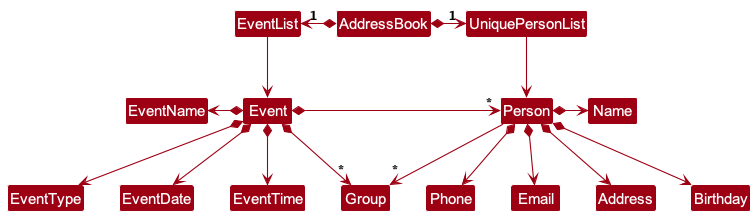
Above: docs/images/BetterModelClassDiagram.png in nus-cs2103-AY2324S1/tp (PlantUML), before the change.
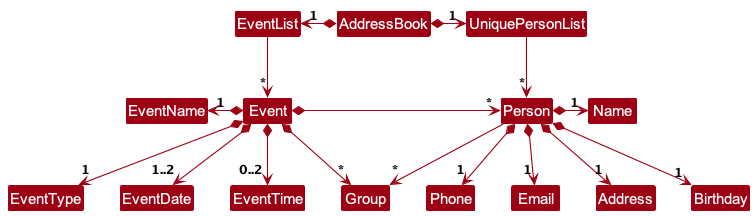
After the change.

Commit message:
Create sequence diagram for assign groups to events

Diff of the diagram source:
```diff
@@ -7,21 +7,21 @@
 AddressBook *-right-> "1" UniquePersonList
 AddressBook *-left-> "1" EventList
 
-UniquePersonList --> Person
-EventList --> Event
+UniquePersonList --> "*" Person
+EventList --> "*" Event
 
 Person --> "*" Group
 
-Person *-right-> Name
-Person *--> Phone
-Person *--> Email
-Person *--> Address
-Person *--> Birthday
+Person *-right-> "1" Name
+Person *--> "1" Phone
+Person *--> "1" Email
+Person *--> "1" Address
+Person *--> "1" Birthday
 
-Event *-left-> EventName
-Event *--> EventType
-Event *--> EventDate
-Event *--> EventTime
+Event *-left-> "1" EventName
+Event *--> "1" EventType
+Event *--> "1..2" EventDate
+Event *--> "0..2" EventTime
 Event *--> "*" Group
 Event *-> "*" Person
 @enduml
```
